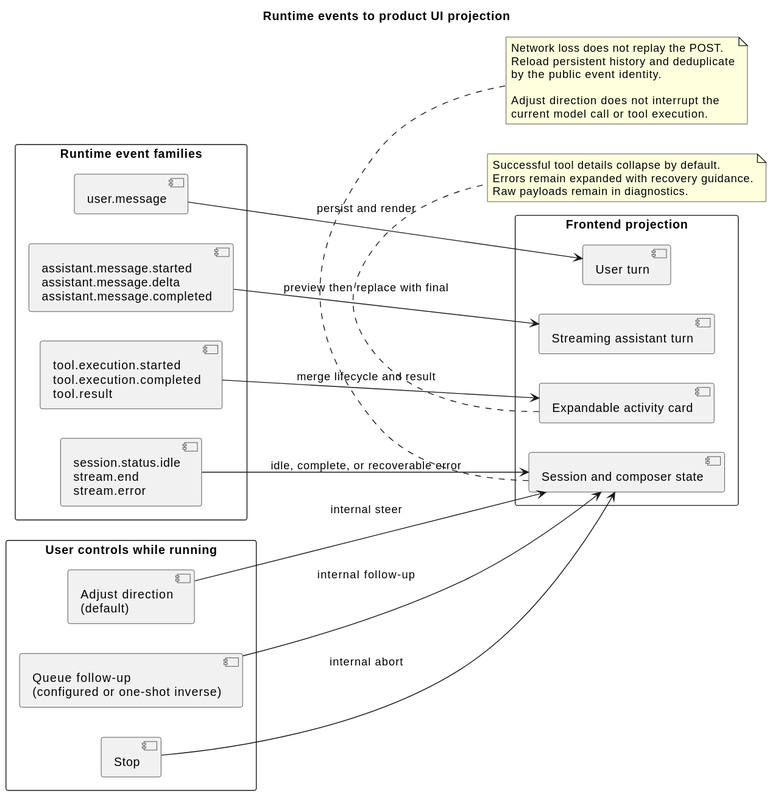
Earlier version of the PlantUML export campusclaw-frontend-design/runtime_event_ui_projection.svg (ssm0808/pi-mono-java-design). Source of this version:
```plantuml
@startuml

title Runtime events to product UI projection
left to right direction

rectangle "Runtime event families" as Events {
  component "user.message" as UserEvent
  component "assistant.message.started\nassistant.message.delta\nassistant.message.completed" as AssistantEvents
  component "tool.execution.started\ntool.execution.completed\ntool.result" as ToolEvents
  component "session.status.idle\nstream.end\nstream.error" as TerminalEvents
}

rectangle "Frontend projection" as Projection {
  component "User turn" as UserTurn
  component "Streaming assistant turn" as AssistantTurn
  component "Expandable activity card" as ActivityCard
  component "Session and composer state" as SessionState
}

rectangle "User controls while running" as Controls {
  component "Adjust direction\n(default)" as Adjust
  component "Queue follow-up\n(configured or one-shot inverse)" as Continue
  component "Stop" as Stop
}

UserEvent --> UserTurn : persist and render
AssistantEvents --> AssistantTurn : preview then replace with final
ToolEvents --> ActivityCard : merge lifecycle and result
TerminalEvents --> SessionState : idle, complete, or recoverable error

Adjust --> SessionState : internal steer
Continue --> SessionState : internal follow-up
Stop --> SessionState : internal abort

note bottom of ActivityCard
Successful tool details collapse by default.
Errors remain expanded with recovery guidance.
Raw payloads remain in diagnostics.
end note

note bottom of SessionState
Network loss does not replay the POST.
Reload persistent history and deduplicate
by the public event identity.

Adjust direction does not interrupt the
current model call or tool execution.
end note
@enduml
```
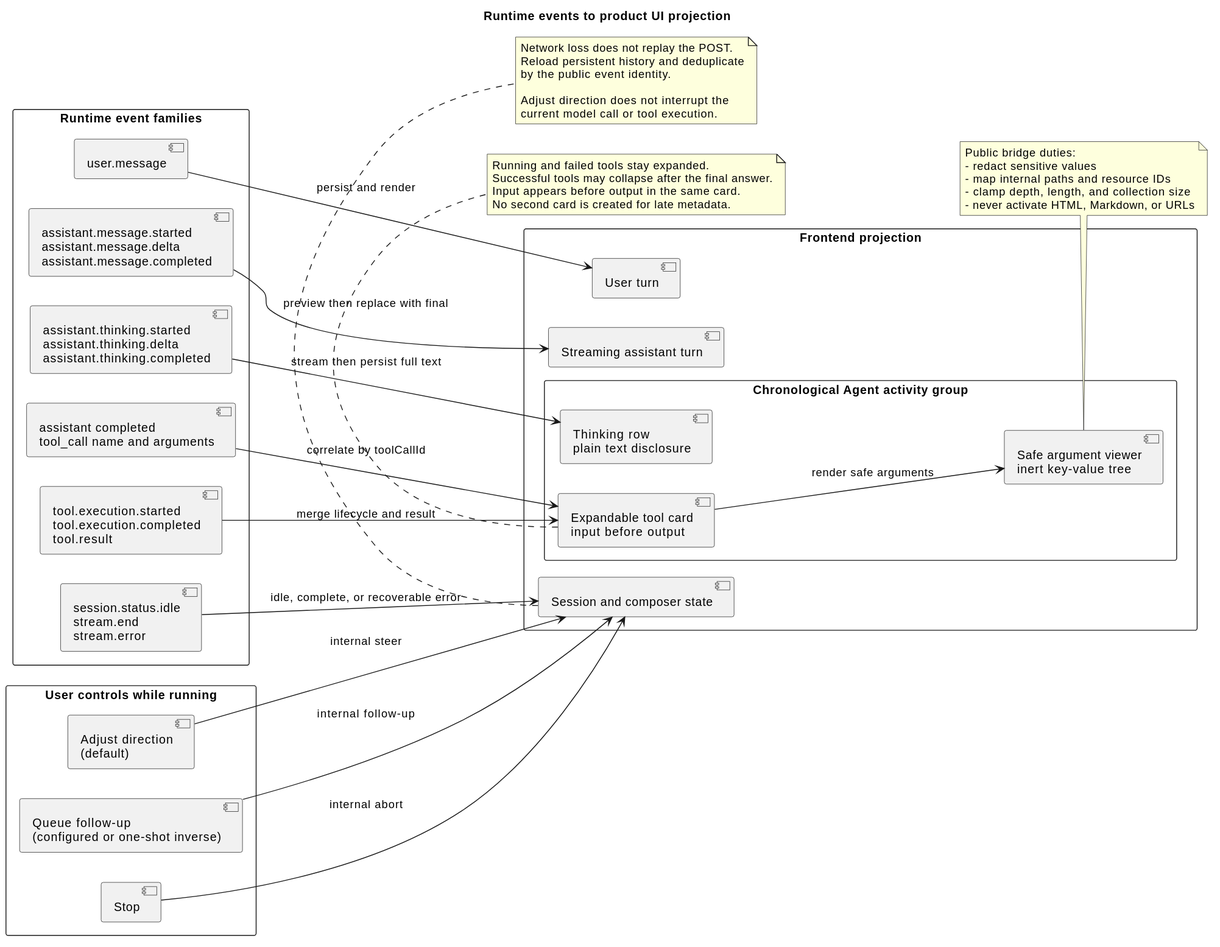
Later version of the same file.

Commit message:
docs(campusclaw): refine thinking and tool activity

Diff of the diagram source:
```diff
@@ -6,6 +6,8 @@
 rectangle "Runtime event families" as Events {
   component "user.message" as UserEvent
   component "assistant.message.started\nassistant.message.delta\nassistant.message.completed" as AssistantEvents
+  component "assistant.thinking.started\nassistant.thinking.delta\nassistant.thinking.completed" as ThinkingEvents
+  component "assistant completed\ntool_call name and arguments" as ToolSpec
   component "tool.execution.started\ntool.execution.completed\ntool.result" as ToolEvents
   component "session.status.idle\nstream.end\nstream.error" as TerminalEvents
 }
@@ -13,7 +15,11 @@
 rectangle "Frontend projection" as Projection {
   component "User turn" as UserTurn
   component "Streaming assistant turn" as AssistantTurn
-  component "Expandable activity card" as ActivityCard
+  rectangle "Chronological Agent activity group" as ActivityGroup {
+    component "Thinking row\nplain text disclosure" as ThinkingRow
+    component "Expandable tool card\ninput before output" as ActivityCard
+    component "Safe argument viewer\ninert key-value tree" as ArgumentViewer
+  }
   component "Session and composer state" as SessionState
 }
 
@@ -25,7 +31,10 @@
 
 UserEvent --> UserTurn : persist and render
 AssistantEvents --> AssistantTurn : preview then replace with final
+ThinkingEvents --> ThinkingRow : stream then persist full text
+ToolSpec --> ActivityCard : correlate by toolCallId
 ToolEvents --> ActivityCard : merge lifecycle and result
+ActivityCard --> ArgumentViewer : render safe arguments
 TerminalEvents --> SessionState : idle, complete, or recoverable error
 
 Adjust --> SessionState : internal steer
@@ -33,9 +42,18 @@
 Stop --> SessionState : internal abort
 
 note bottom of ActivityCard
-Successful tool details collapse by default.
-Errors remain expanded with recovery guidance.
-Raw payloads remain in diagnostics.
+Running and failed tools stay expanded.
+Successful tools may collapse after the final answer.
+Input appears before output in the same card.
+No second card is created for late metadata.
+end note
+
+note bottom of ArgumentViewer
+Public bridge duties:
+- redact sensitive values
+- map internal paths and resource IDs
+- clamp depth, length, and collection size
+- never activate HTML, Markdown, or URLs
 end note
 
 note bottom of SessionState
```
